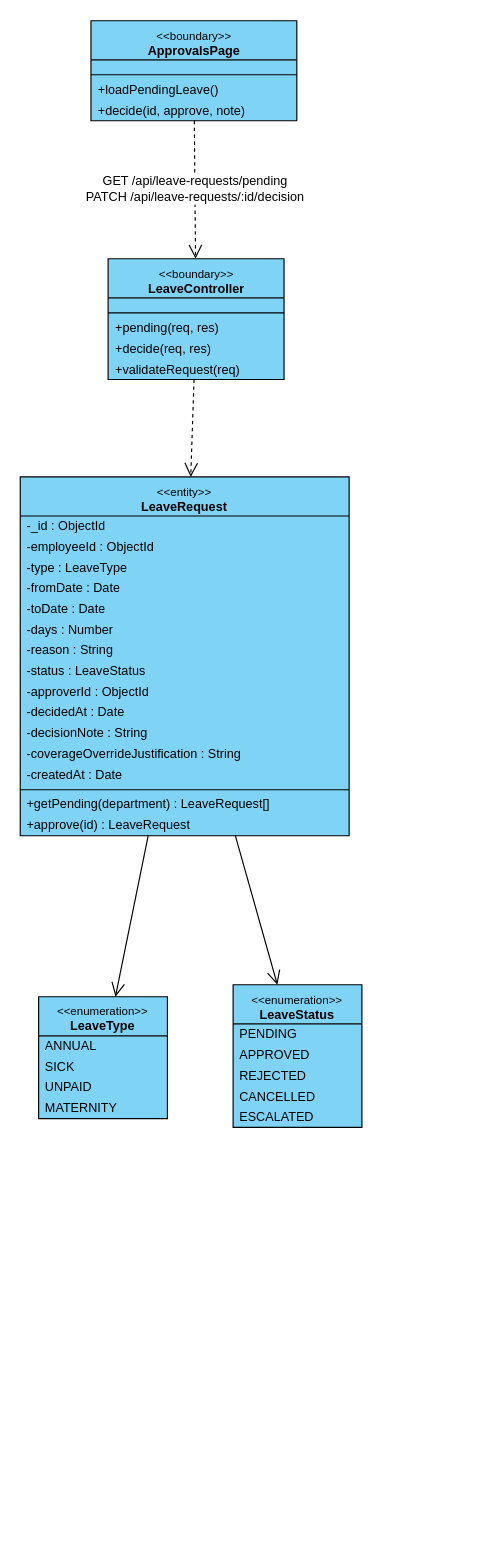
The draw.io diagram final/diagrams/M5_Front-Desk-And-HR_Diagrams/class_diagrams/CD-20_UC-M06_ApproveRejectLeaveRequest.drawio in toikobi401/SWD392, before the edit. Source tidied: cells renumbered, new cells numbered last; positions are measured from the earlier drawing's top-left corner, leaving out a move shared by most shapes. Both pictures are drawn from the tidied source at 115%, with x=0, y=0 at pixel (20, 20).
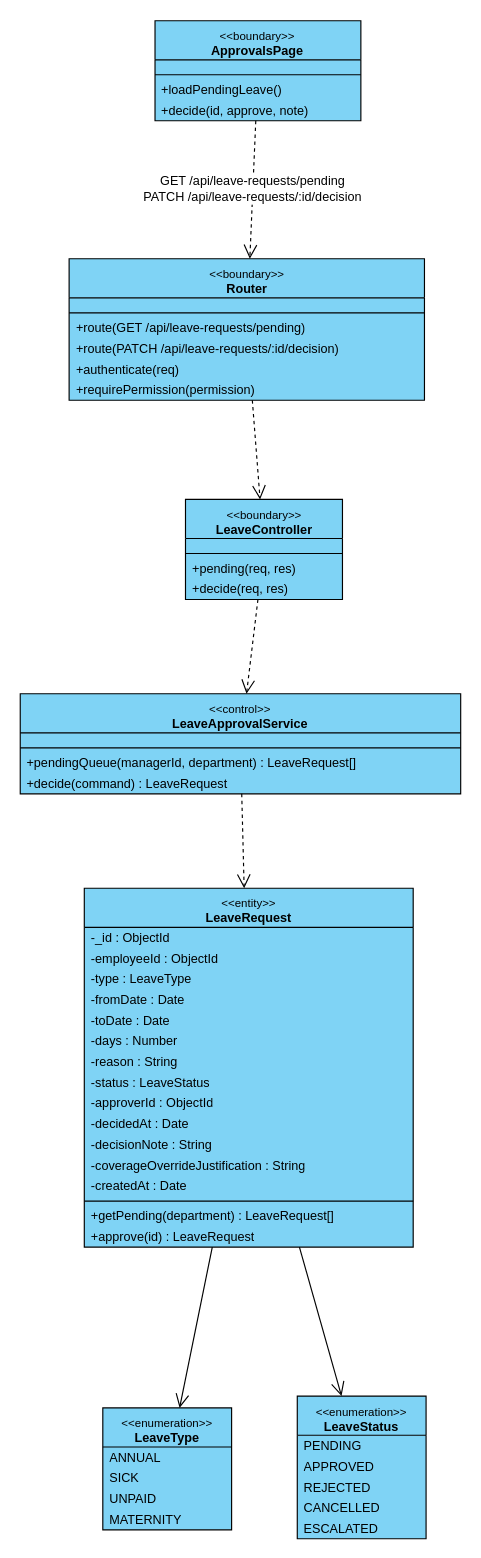
The same diagram, later.

Diff of the diagram source:
```diff
@@
     <mxCell id="2" value="&lt;font style=&quot;font-size:10px&quot;&gt;&amp;lt;&amp;lt;boundary&amp;gt;&amp;gt;&lt;/font&gt;&lt;br&gt;&lt;b&gt;ApprovalsPage&lt;/b&gt;" style="swimlane;fontStyle=0;align=center;verticalAlign=top;horizontal=1;startSize=34;html=1;whiteSpace=wrap;fontSize=11;fillColor=#7fd3f5;swimlaneFillColor=#7fd3f5;strokeColor=#000000;" parent="1" vertex="1">
-      <mxGeometry x="61.6" y="0.5" width="179" height="87" as="geometry" />
+      <mxGeometry x="117.3" y="0.5" width="179" height="87" as="geometry" />
     </mxCell>
@@
+    <mxCell id="45" value="&lt;font style=&quot;font-size:10px&quot;&gt;&amp;lt;&amp;lt;boundary&amp;gt;&amp;gt;&lt;/font&gt;&lt;br&gt;&lt;b&gt;Router&lt;/b&gt;" style="swimlane;fontStyle=0;align=center;verticalAlign=top;horizontal=1;startSize=34;html=1;whiteSpace=wrap;fontSize=11;fillColor=#7fd3f5;swimlaneFillColor=#7fd3f5;strokeColor=#000000;" parent="1" vertex="1">
+      <mxGeometry x="42.6" y="207.5" width="309" height="123" as="geometry" />
+    </mxCell>
+    <mxCell id="46" style="text;strokeColor=none;fillColor=none;html=1;" parent="45" vertex="1">
+      <mxGeometry y="34" width="309" height="9" as="geometry" />
+    </mxCell>
+    <mxCell id="47" style="line;strokeWidth=1;fillColor=none;align=left;verticalAlign=middle;spacingTop=-1;spacingLeft=3;spacingRight=3;labelPosition=right;strokeColor=#000000;" parent="45" vertex="1">
+      <mxGeometry y="43" width="309" height="8" as="geometry" />
+    </mxCell>
+    <mxCell id="48" value="+route(GET /api/leave-requests/pending)" style="text;strokeColor=none;fillColor=none;align=left;verticalAlign=middle;spacingLeft=4;spacingRight=4;overflow=hidden;whiteSpace=nowrap;html=1;fontSize=11;" parent="45" vertex="1">
+      <mxGeometry y="51" width="309" height="18" as="geometry" />
+    </mxCell>
+    <mxCell id="49" value="+route(PATCH /api/leave-requests/:id/decision)" style="text;strokeColor=none;fillColor=none;align=left;verticalAlign=middle;spacingLeft=4;spacingRight=4;overflow=hidden;whiteSpace=nowrap;html=1;fontSize=11;" parent="45" vertex="1">
+      <mxGeometry y="69" width="309" height="18" as="geometry" />
+    </mxCell>
+    <mxCell id="50" value="+authenticate(req)" style="text;strokeColor=none;fillColor=none;align=left;verticalAlign=middle;spacingLeft=4;spacingRight=4;overflow=hidden;whiteSpace=nowrap;html=1;fontSize=11;" parent="45" vertex="1">
+      <mxGeometry y="87" width="309" height="18" as="geometry" />
+    </mxCell>
+    <mxCell id="51" value="+requirePermission(permission)" style="text;strokeColor=none;fillColor=none;align=left;verticalAlign=middle;spacingLeft=4;spacingRight=4;overflow=hidden;whiteSpace=nowrap;html=1;fontSize=11;" parent="45" vertex="1">
+      <mxGeometry y="105" width="309" height="18" as="geometry" />
+    </mxCell>
     <mxCell id="7" value="&lt;font style=&quot;font-size:10px&quot;&gt;&amp;lt;&amp;lt;boundary&amp;gt;&amp;gt;&lt;/font&gt;&lt;br&gt;&lt;b&gt;LeaveController&lt;/b&gt;" style="swimlane;fontStyle=0;align=center;verticalAlign=top;horizontal=1;startSize=34;html=1;whiteSpace=wrap;fontSize=11;fillColor=#7fd3f5;swimlaneFillColor=#7fd3f5;strokeColor=#000000;" parent="1" vertex="1">
-      <mxGeometry x="76.5" y="207.5" width="153" height="105" as="geometry" />
+      <mxGeometry x="143.8" y="416.8" width="136.5" height="87" as="geometry" />
     </mxCell>
     <mxCell id="8" style="text;strokeColor=none;fillColor=none;html=1;" parent="7" vertex="1">
-      <mxGeometry y="34" width="153" height="9" as="geometry" />
+      <mxGeometry y="34" width="136.5" height="9" as="geometry" />
     </mxCell>
     <mxCell id="9" style="line;strokeWidth=1;fillColor=none;align=left;verticalAlign=middle;spacingTop=-1;spacingLeft=3;spacingRight=3;labelPosition=right;strokeColor=#000000;" parent="7" vertex="1">
-      <mxGeometry y="43" width="153" height="8" as="geometry" />
+      <mxGeometry y="43" width="136.5" height="8" as="geometry" />
     </mxCell>
     <mxCell id="10" value="+pending(req, res)" style="text;strokeColor=none;fillColor=none;align=left;verticalAlign=middle;spacingLeft=4;spacingRight=4;overflow=hidden;whiteSpace=nowrap;html=1;fontSize=11;" parent="7" vertex="1">
-      <mxGeometry y="51" width="153" height="18" as="geometry" />
+      <mxGeometry y="51" width="136.5" height="18" as="geometry" />
     </mxCell>
     <mxCell id="11" value="+decide(req, res)" style="text;strokeColor=none;fillColor=none;align=left;verticalAlign=middle;spacingLeft=4;spacingRight=4;overflow=hidden;whiteSpace=nowrap;html=1;fontSize=11;" parent="7" vertex="1">
-      <mxGeometry y="69" width="153" height="18" as="geometry" />
+      <mxGeometry y="69" width="136.5" height="18" as="geometry" />
     </mxCell>
-    <mxCell id="12" value="+validateRequest(req)" style="text;strokeColor=none;fillColor=none;align=left;verticalAlign=middle;spacingLeft=4;spacingRight=4;overflow=hidden;whiteSpace=nowrap;html=1;fontSize=11;" parent="7" vertex="1">
-      <mxGeometry y="87" width="153" height="18" as="geometry" />
-    </mxCell>
+    <mxCell id="52" value="&lt;font style=&quot;font-size:10px&quot;&gt;&amp;lt;&amp;lt;control&amp;gt;&amp;gt;&lt;/font&gt;&lt;br&gt;&lt;b&gt;LeaveApprovalService&lt;/b&gt;" style="swimlane;fontStyle=0;align=center;verticalAlign=top;horizontal=1;startSize=34;html=1;whiteSpace=wrap;fontSize=11;fillColor=#7fd3f5;swimlaneFillColor=#7fd3f5;strokeColor=#000000;" parent="1" vertex="1">
+      <mxGeometry x="0.1" y="585.8" width="383" height="87" as="geometry" />
+    </mxCell>
+    <mxCell id="53" style="text;strokeColor=none;fillColor=none;html=1;" parent="52" vertex="1">
+      <mxGeometry y="34" width="383" height="9" as="geometry" />
+    </mxCell>
+    <mxCell id="54" style="line;strokeWidth=1;fillColor=none;align=left;verticalAlign=middle;spacingTop=-1;spacingLeft=3;spacingRight=3;labelPosition=right;strokeColor=#000000;" parent="52" vertex="1">
+      <mxGeometry y="43" width="383" height="8" as="geometry" />
+    </mxCell>
+    <mxCell id="55" value="+pendingQueue(managerId, department) : LeaveRequest[]" style="text;strokeColor=none;fillColor=none;align=left;verticalAlign=middle;spacingLeft=4;spacingRight=4;overflow=hidden;whiteSpace=nowrap;html=1;fontSize=11;" parent="52" vertex="1">
+      <mxGeometry y="51" width="383" height="18" as="geometry" />
+    </mxCell>
+    <mxCell id="56" value="+decide(command) : LeaveRequest" style="text;strokeColor=none;fillColor=none;align=left;verticalAlign=middle;spacingLeft=4;spacingRight=4;overflow=hidden;whiteSpace=nowrap;html=1;fontSize=11;" parent="52" vertex="1">
+      <mxGeometry y="69" width="383" height="18" as="geometry" />
+    </mxCell>
     <mxCell id="13" value="&lt;font style=&quot;font-size:10px&quot;&gt;&amp;lt;&amp;lt;entity&amp;gt;&amp;gt;&lt;/font&gt;&lt;br&gt;&lt;b&gt;LeaveRequest&lt;/b&gt;" style="swimlane;fontStyle=0;align=center;verticalAlign=top;horizontal=1;startSize=34;html=1;whiteSpace=wrap;fontSize=11;fillColor=#7fd3f5;swimlaneFillColor=#7fd3f5;strokeColor=#000000;" parent="1" vertex="1">
-      <mxGeometry x="0.1" y="397.2" width="286" height="312" as="geometry" />
+      <mxGeometry x="55.8" y="754.9" width="286" height="312" as="geometry" />
     </mxCell>
@@
     <mxCell id="30" value="&lt;font style=&quot;font-size:10px&quot;&gt;&amp;lt;&amp;lt;enumeration&amp;gt;&amp;gt;&lt;/font&gt;&lt;br&gt;&lt;b&gt;LeaveType&lt;/b&gt;" style="swimlane;fontStyle=0;align=center;verticalAlign=top;horizontal=1;startSize=34;html=1;whiteSpace=wrap;fontSize=11;fillColor=#7fd3f5;swimlaneFillColor=#7fd3f5;strokeColor=#000000;" parent="1" vertex="1">
-      <mxGeometry x="16.1" y="849.2" width="112" height="106" as="geometry" />
+      <mxGeometry x="71.9" y="1206.8" width="112" height="106" as="geometry" />
     </mxCell>
@@
     <mxCell id="35" value="&lt;font style=&quot;font-size:10px&quot;&gt;&amp;lt;&amp;lt;enumeration&amp;gt;&amp;gt;&lt;/font&gt;&lt;br&gt;&lt;b&gt;LeaveStatus&lt;/b&gt;" style="swimlane;fontStyle=0;align=center;verticalAlign=top;horizontal=1;startSize=34;html=1;whiteSpace=wrap;fontSize=11;fillColor=#7fd3f5;swimlaneFillColor=#7fd3f5;strokeColor=#000000;" parent="1" vertex="1">
-      <mxGeometry x="185.2" y="838.8" width="112" height="124" as="geometry" />
+      <mxGeometry x="241" y="1196.5" width="112" height="124" as="geometry" />
     </mxCell>
@@
-    <mxCell id="41" value="GET /api/leave-requests/pending&lt;br&gt;PATCH /api/leave-requests/:id/decision" style="html=1;rounded=0;fontSize=11;labelBackgroundColor=#ffffff;dashed=1;endArrow=open;endSize=10;" parent="1" edge="1" source="2" target="7">
+    <mxCell id="41" value="GET /api/leave-requests/pending&lt;br&gt;PATCH /api/leave-requests/:id/decision" style="html=1;rounded=0;fontSize=11;labelBackgroundColor=#ffffff;dashed=1;endArrow=open;endSize=10;" parent="1" edge="1" source="2" target="45">
       <mxGeometry relative="1" as="geometry" />
     </mxCell>
-    <mxCell id="42" style="html=1;rounded=0;fontSize=11;labelBackgroundColor=#ffffff;dashed=1;endArrow=open;endSize=10;" parent="1" edge="1" source="7" target="13">
+    <mxCell id="42" style="html=1;rounded=0;fontSize=11;labelBackgroundColor=#ffffff;dashed=1;endArrow=open;endSize=10;" parent="1" edge="1" source="45" target="7">
       <mxGeometry relative="1" as="geometry" />
     </mxCell>
-    <mxCell id="43" style="html=1;rounded=0;fontSize=11;labelBackgroundColor=#ffffff;endArrow=open;endSize=10;" parent="1" edge="1" source="13" target="30">
+    <mxCell id="43" style="html=1;rounded=0;fontSize=11;labelBackgroundColor=#ffffff;dashed=1;endArrow=open;endSize=10;" parent="1" edge="1" source="7" target="52">
       <mxGeometry relative="1" as="geometry" />
     </mxCell>
-    <mxCell id="44" style="html=1;rounded=0;fontSize=11;labelBackgroundColor=#ffffff;endArrow=open;endSize=10;" parent="1" edge="1" source="13" target="35">
+    <mxCell id="44" style="html=1;rounded=0;fontSize=11;labelBackgroundColor=#ffffff;dashed=1;endArrow=open;endSize=10;" parent="1" edge="1" source="52" target="13">
       <mxGeometry relative="1" as="geometry" />
     </mxCell>
+    <mxCell id="57" style="html=1;rounded=0;fontSize=11;labelBackgroundColor=#ffffff;endArrow=open;endSize=10;" parent="1" edge="1" source="13" target="30">
+      <mxGeometry relative="1" as="geometry" />
+    </mxCell>
+    <mxCell id="58" style="html=1;rounded=0;fontSize=11;labelBackgroundColor=#ffffff;endArrow=open;endSize=10;" parent="1" edge="1" source="13" target="35">
+      <mxGeometry relative="1" as="geometry" />
+    </mxCell>
```
